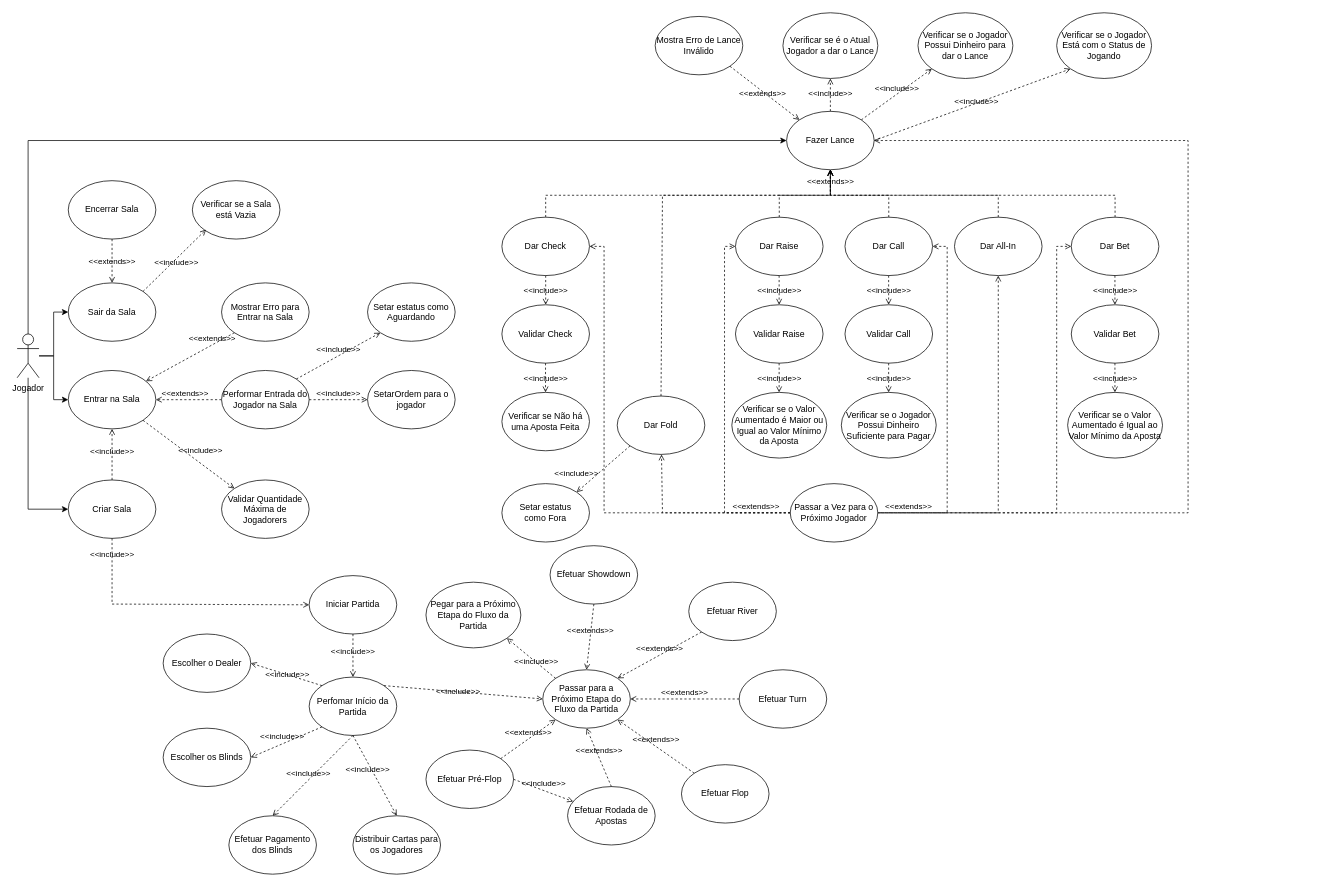
Before: docs/diagrams/Untitled Diagram.drawio in Danrley-Ruan-Saquetti/poker, a draw.io diagram. Source tidied: cells renumbered, new cells numbered last; positions are measured from the earlier drawing's top-left corner, leaving out a move shared by most shapes. Both pictures are drawn from the tidied source at 73%, with x=0, y=0 at pixel (17, 12).
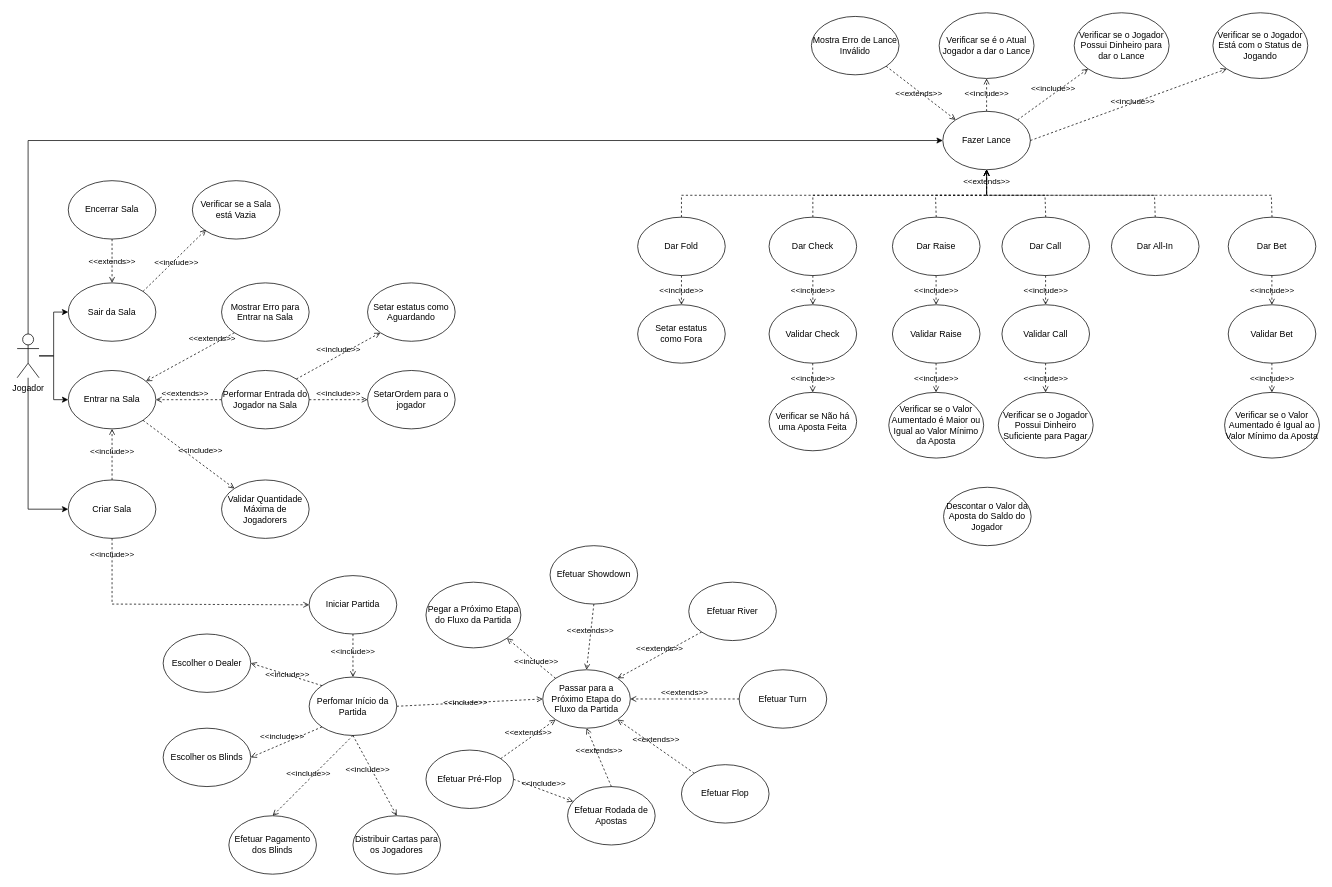
After the change.

The change refers to these unchanged cells:
```xml
<mxCell id="75" value="Perfomar Início da Partida" style="ellipse;whiteSpace=wrap;html=1;" parent="1" vertex="1">
  <mxGeometry x="400" y="910" width="120" height="80" as="geometry" />
</mxCell>
<mxCell id="90" value="Passar para a Próximo Etapa do Fluxo da Partida" style="ellipse;whiteSpace=wrap;html=1;" parent="1" vertex="1">
  <mxGeometry x="720" y="900" width="120" height="80" as="geometry" />
</mxCell>
```

The edit, as a diff of the source:
```diff
@@
-    <mxCell id="2" style="html=1;verticalAlign=bottom;labelBackgroundColor=none;endArrow=open;endFill=0;dashed=1;rounded=0;exitX=0;exitY=0.5;exitDx=0;exitDy=0;entryX=1;entryY=0.5;entryDx=0;entryDy=0;" parent="1" edge="1" source="34" target="20">
-      <mxGeometry relative="1" as="geometry">
-        <Array as="points">
-          <mxPoint x="804" y="685" />
-          <mxPoint x="804" y="320" />
-        </Array>
-      </mxGeometry>
-    </mxCell>
@@
     <mxCell id="11" value="Fazer Lance" style="ellipse;whiteSpace=wrap;html=1;" parent="1" vertex="1">
-      <mxGeometry x="1054" y="135" width="120" height="80" as="geometry" />
+      <mxGeometry x="1268" y="135" width="120" height="80" as="geometry" />
     </mxCell>
@@
     <mxCell id="16" value="Mostra Erro de Lance Inválido" style="ellipse;whiteSpace=wrap;html=1;" parent="1" vertex="1">
-      <mxGeometry x="874" y="5" width="120" height="80" as="geometry" />
+      <mxGeometry x="1088" y="5" width="120" height="80" as="geometry" />
     </mxCell>
     <mxCell id="17" value="Verificar se é o Atual Jogador a dar o Lance" style="ellipse;whiteSpace=wrap;html=1;" parent="1" vertex="1">
-      <mxGeometry x="1049" width="130" height="90" as="geometry" />
+      <mxGeometry x="1263" width="130" height="90" as="geometry" />
     </mxCell>
     <mxCell id="18" value="Verificar se o Jogador Possui Dinheiro para dar o Lance" style="ellipse;whiteSpace=wrap;html=1;" parent="1" vertex="1">
-      <mxGeometry x="1234" width="130" height="90" as="geometry" />
+      <mxGeometry x="1448" width="130" height="90" as="geometry" />
     </mxCell>
     <mxCell id="19" value="Verificar se o Jogador Está com o Status de Jogando" style="ellipse;whiteSpace=wrap;html=1;" parent="1" vertex="1">
-      <mxGeometry x="1424" width="130" height="90" as="geometry" />
+      <mxGeometry x="1638" width="130" height="90" as="geometry" />
     </mxCell>
     <mxCell id="20" value="Dar Check" style="ellipse;whiteSpace=wrap;html=1;" parent="1" vertex="1">
-      <mxGeometry x="664" y="280" width="120" height="80" as="geometry" />
+      <mxGeometry x="1030" y="280" width="120" height="80" as="geometry" />
     </mxCell>
     <mxCell id="21" value="Dar Fold" style="ellipse;whiteSpace=wrap;html=1;" parent="1" vertex="1">
-      <mxGeometry x="822" y="525" width="120" height="80" as="geometry" />
+      <mxGeometry x="850" y="280" width="120" height="80" as="geometry" />
     </mxCell>
     <mxCell id="22" value="Dar Raise" style="ellipse;whiteSpace=wrap;html=1;" parent="1" vertex="1">
-      <mxGeometry x="984" y="280" width="120" height="80" as="geometry" />
+      <mxGeometry x="1199" y="280" width="120" height="80" as="geometry" />
     </mxCell>
     <mxCell id="23" value="Dar Call" style="ellipse;whiteSpace=wrap;html=1;" parent="1" vertex="1">
-      <mxGeometry x="1134" y="280" width="120" height="80" as="geometry" />
+      <mxGeometry x="1349" y="280" width="120" height="80" as="geometry" />
     </mxCell>
     <mxCell id="24" value="Dar All-In" style="ellipse;whiteSpace=wrap;html=1;" parent="1" vertex="1">
-      <mxGeometry x="1284" y="280" width="120" height="80" as="geometry" />
+      <mxGeometry x="1499" y="280" width="120" height="80" as="geometry" />
     </mxCell>
     <mxCell id="25" value="Dar Bet" style="ellipse;whiteSpace=wrap;html=1;" parent="1" vertex="1">
-      <mxGeometry x="1444" y="280" width="120" height="80" as="geometry" />
+      <mxGeometry x="1659" y="280" width="120" height="80" as="geometry" />
     </mxCell>
     <mxCell id="26" value="Validar Check" style="ellipse;whiteSpace=wrap;html=1;" parent="1" vertex="1">
-      <mxGeometry x="664" y="400" width="120" height="80" as="geometry" />
+      <mxGeometry x="1030" y="400" width="120" height="80" as="geometry" />
     </mxCell>
     <mxCell id="27" value="Validar Raise" style="ellipse;whiteSpace=wrap;html=1;" parent="1" vertex="1">
-      <mxGeometry x="984" y="400" width="120" height="80" as="geometry" />
+      <mxGeometry x="1199" y="400" width="120" height="80" as="geometry" />
     </mxCell>
     <mxCell id="28" value="Verificar se Não há uma Aposta Feita" style="ellipse;whiteSpace=wrap;html=1;" parent="1" vertex="1">
-      <mxGeometry x="664" y="520" width="120" height="80" as="geometry" />
+      <mxGeometry x="1030" y="520" width="120" height="80" as="geometry" />
     </mxCell>
     <mxCell id="29" value="Verificar se o Valor Aumentado é Maior ou Igual ao Valor Mínimo da Aposta" style="ellipse;whiteSpace=wrap;html=1;" parent="1" vertex="1">
-      <mxGeometry x="979" y="520" width="130" height="90" as="geometry" />
+      <mxGeometry x="1194" y="520" width="130" height="90" as="geometry" />
     </mxCell>
     <mxCell id="30" value="Validar Call" style="ellipse;whiteSpace=wrap;html=1;" parent="1" vertex="1">
-      <mxGeometry x="1134" y="400" width="120" height="80" as="geometry" />
+      <mxGeometry x="1349" y="400" width="120" height="80" as="geometry" />
     </mxCell>
     <mxCell id="31" value="Verificar se o Jogador Possui Dinheiro Suficiente para Pagar" style="ellipse;whiteSpace=wrap;html=1;" parent="1" vertex="1">
-      <mxGeometry x="1129" y="520" width="130" height="90" as="geometry" />
+      <mxGeometry x="1344" y="520" width="130" height="90" as="geometry" />
     </mxCell>
     <mxCell id="32" value="Validar Bet" style="ellipse;whiteSpace=wrap;html=1;" parent="1" vertex="1">
-      <mxGeometry x="1444" y="400" width="120" height="80" as="geometry" />
+      <mxGeometry x="1659" y="400" width="120" height="80" as="geometry" />
     </mxCell>
     <mxCell id="33" value="Verificar se o Valor Aumentado é Igual ao Valor Mínimo da Aposta" style="ellipse;whiteSpace=wrap;html=1;" parent="1" vertex="1">
-      <mxGeometry x="1439" y="520" width="130" height="90" as="geometry" />
+      <mxGeometry x="1654" y="520" width="130" height="90" as="geometry" />
     </mxCell>
-    <mxCell id="34" value="Passar a Vez para o Próximo Jogador" style="ellipse;whiteSpace=wrap;html=1;" parent="1" vertex="1">
-      <mxGeometry x="1059" y="645" width="120" height="80" as="geometry" />
-    </mxCell>
@@
     <mxCell id="44" style="html=1;verticalAlign=bottom;labelBackgroundColor=none;endArrow=open;endFill=0;dashed=1;rounded=0;exitX=0.5;exitY=0;exitDx=0;exitDy=0;entryX=0.5;entryY=1;entryDx=0;entryDy=0;" parent="1" edge="1" source="20" target="11">
       <mxGeometry relative="1" as="geometry">
         <Array as="points">
-          <mxPoint x="724" y="250" />
-          <mxPoint x="1114" y="250" />
+          <mxPoint x="1090" y="250" />
+          <mxPoint x="1328" y="250" />
         </Array>
       </mxGeometry>
     </mxCell>
     <mxCell id="45" style="html=1;verticalAlign=bottom;labelBackgroundColor=none;endArrow=open;endFill=0;dashed=1;rounded=0;exitX=0.5;exitY=0;exitDx=0;exitDy=0;entryX=0.5;entryY=1;entryDx=0;entryDy=0;" parent="1" edge="1" source="21" target="11">
       <mxGeometry relative="1" as="geometry">
         <Array as="points">
-          <mxPoint x="884" y="250" />
-          <mxPoint x="1114" y="250" />
+          <mxPoint x="910" y="250" />
+          <mxPoint x="1328" y="250" />
         </Array>
       </mxGeometry>
     </mxCell>
     <mxCell id="46" style="html=1;verticalAlign=bottom;labelBackgroundColor=none;endArrow=open;endFill=0;dashed=1;rounded=0;exitX=0.5;exitY=0;exitDx=0;exitDy=0;entryX=0.5;entryY=1;entryDx=0;entryDy=0;" parent="1" edge="1" source="22" target="11">
       <mxGeometry relative="1" as="geometry">
         <Array as="points">
-          <mxPoint x="1044" y="250" />
-          <mxPoint x="1114" y="250" />
+          <mxPoint x="1258" y="250" />
+          <mxPoint x="1328" y="250" />
         </Array>
       </mxGeometry>
     </mxCell>
     <mxCell id="47" value="&amp;lt;&amp;lt;extends&amp;gt;&amp;gt;" style="html=1;verticalAlign=bottom;labelBackgroundColor=none;endArrow=open;endFill=0;dashed=1;rounded=0;exitX=0.5;exitY=0;exitDx=0;exitDy=0;entryX=0.5;entryY=1;entryDx=0;entryDy=0;" parent="1" edge="1" source="23" target="11">
       <mxGeometry x="0.66" relative="1" as="geometry">
         <Array as="points">
-          <mxPoint x="1194" y="250" />
-          <mxPoint x="1114" y="250" />
+          <mxPoint x="1408" y="250" />
+          <mxPoint x="1328" y="250" />
         </Array>
       </mxGeometry>
     </mxCell>
     <mxCell id="48" style="html=1;verticalAlign=bottom;labelBackgroundColor=none;endArrow=open;endFill=0;dashed=1;rounded=0;exitX=0.5;exitY=0;exitDx=0;exitDy=0;entryX=0.5;entryY=1;entryDx=0;entryDy=0;" parent="1" edge="1" source="24" target="11">
       <mxGeometry relative="1" as="geometry">
         <Array as="points">
-          <mxPoint x="1344" y="250" />
-          <mxPoint x="1114" y="250" />
+          <mxPoint x="1558" y="250" />
+          <mxPoint x="1328" y="250" />
         </Array>
       </mxGeometry>
     </mxCell>
     <mxCell id="49" style="html=1;verticalAlign=bottom;labelBackgroundColor=none;endArrow=open;endFill=0;dashed=1;rounded=0;entryX=0.5;entryY=1;entryDx=0;entryDy=0;exitX=0.5;exitY=0;exitDx=0;exitDy=0;" parent="1" edge="1" source="25" target="11">
       <mxGeometry relative="1" as="geometry">
         <Array as="points">
-          <mxPoint x="1504" y="250" />
-          <mxPoint x="1114" y="250" />
+          <mxPoint x="1718" y="250" />
+          <mxPoint x="1328" y="250" />
         </Array>
       </mxGeometry>
     </mxCell>
@@
     <mxCell id="51" value="&amp;lt;&amp;lt;include&amp;gt;&amp;gt;" style="html=1;verticalAlign=bottom;labelBackgroundColor=none;endArrow=open;endFill=0;dashed=1;rounded=0;exitX=0.5;exitY=1;exitDx=0;exitDy=0;" parent="1" edge="1">
       <mxGeometry x="0.5" relative="1" as="geometry">
-        <mxPoint x="1043.8" y="360" as="sourcePoint" />
-        <mxPoint x="1043.8" y="400" as="targetPoint" />
+        <mxPoint x="1258.8" y="360" as="sourcePoint" />
+        <mxPoint x="1258.8" y="400" as="targetPoint" />
       </mxGeometry>
     </mxCell>
     <mxCell id="52" value="&amp;lt;&amp;lt;include&amp;gt;&amp;gt;" style="html=1;verticalAlign=bottom;labelBackgroundColor=none;endArrow=open;endFill=0;dashed=1;rounded=0;exitX=0.5;exitY=1;exitDx=0;exitDy=0;" parent="1" edge="1">
       <mxGeometry x="0.5" relative="1" as="geometry">
-        <mxPoint x="1193.8" y="360" as="sourcePoint" />
-        <mxPoint x="1193.8" y="400" as="targetPoint" />
+        <mxPoint x="1408.8" y="360" as="sourcePoint" />
+        <mxPoint x="1408.8" y="400" as="targetPoint" />
       </mxGeometry>
     </mxCell>
     <mxCell id="53" value="&amp;lt;&amp;lt;include&amp;gt;&amp;gt;" style="html=1;verticalAlign=bottom;labelBackgroundColor=none;endArrow=open;endFill=0;dashed=1;rounded=0;exitX=0.5;exitY=1;exitDx=0;exitDy=0;" parent="1" edge="1">
       <mxGeometry x="0.5" relative="1" as="geometry">
-        <mxPoint x="1503.8" y="360" as="sourcePoint" />
-        <mxPoint x="1503.8" y="400" as="targetPoint" />
+        <mxPoint x="1718.8" y="360" as="sourcePoint" />
+        <mxPoint x="1718.8" y="400" as="targetPoint" />
       </mxGeometry>
     </mxCell>
     <mxCell id="54" value="&amp;lt;&amp;lt;include&amp;gt;&amp;gt;" style="html=1;verticalAlign=bottom;labelBackgroundColor=none;endArrow=open;endFill=0;dashed=1;rounded=0;exitX=0.5;exitY=1;exitDx=0;exitDy=0;" parent="1" edge="1">
       <mxGeometry x="0.5" relative="1" as="geometry">
-        <mxPoint x="723.8" y="480" as="sourcePoint" />
-        <mxPoint x="723.8" y="520" as="targetPoint" />
+        <mxPoint x="1089.8" y="480" as="sourcePoint" />
+        <mxPoint x="1089.8" y="520" as="targetPoint" />
       </mxGeometry>
     </mxCell>
     <mxCell id="55" value="&amp;lt;&amp;lt;include&amp;gt;&amp;gt;" style="html=1;verticalAlign=bottom;labelBackgroundColor=none;endArrow=open;endFill=0;dashed=1;rounded=0;exitX=0.5;exitY=1;exitDx=0;exitDy=0;" parent="1" edge="1">
       <mxGeometry x="0.5" relative="1" as="geometry">
-        <mxPoint x="1043.8" y="480" as="sourcePoint" />
-        <mxPoint x="1043.8" y="520" as="targetPoint" />
+        <mxPoint x="1258.8" y="480" as="sourcePoint" />
+        <mxPoint x="1258.8" y="520" as="targetPoint" />
       </mxGeometry>
     </mxCell>
     <mxCell id="56" value="&amp;lt;&amp;lt;include&amp;gt;&amp;gt;" style="html=1;verticalAlign=bottom;labelBackgroundColor=none;endArrow=open;endFill=0;dashed=1;rounded=0;exitX=0.5;exitY=1;exitDx=0;exitDy=0;" parent="1" edge="1">
       <mxGeometry x="0.5" relative="1" as="geometry">
-        <mxPoint x="1193.8" y="480" as="sourcePoint" />
-        <mxPoint x="1193.8" y="520" as="targetPoint" />
+        <mxPoint x="1408.8" y="480" as="sourcePoint" />
+        <mxPoint x="1408.8" y="520" as="targetPoint" />
       </mxGeometry>
     </mxCell>
     <mxCell id="57" value="&amp;lt;&amp;lt;include&amp;gt;&amp;gt;" style="html=1;verticalAlign=bottom;labelBackgroundColor=none;endArrow=open;endFill=0;dashed=1;rounded=0;exitX=0.5;exitY=1;exitDx=0;exitDy=0;" parent="1" edge="1">
       <mxGeometry x="0.5" relative="1" as="geometry">
-        <mxPoint x="1503.8" y="480" as="sourcePoint" />
-        <mxPoint x="1503.8" y="520" as="targetPoint" />
+        <mxPoint x="1718.8" y="480" as="sourcePoint" />
+        <mxPoint x="1718.8" y="520" as="targetPoint" />
       </mxGeometry>
     </mxCell>
-    <mxCell id="58" value="&amp;lt;&amp;lt;extends&amp;gt;&amp;gt;" style="html=1;verticalAlign=bottom;labelBackgroundColor=none;endArrow=open;endFill=0;dashed=1;rounded=0;exitX=0;exitY=0.5;exitDx=0;exitDy=0;" parent="1" edge="1" source="34" target="21">
-      <mxGeometry x="-0.63" relative="1" as="geometry">
-        <Array as="points">
-          <mxPoint x="884" y="685" />
-        </Array>
-      </mxGeometry>
-    </mxCell>
-    <mxCell id="59" value="&amp;lt;&amp;lt;extends&amp;gt;&amp;gt;" style="html=1;verticalAlign=bottom;labelBackgroundColor=none;endArrow=open;endFill=0;dashed=1;rounded=0;entryX=0.5;entryY=1;entryDx=0;entryDy=0;exitX=1;exitY=0.5;exitDx=0;exitDy=0;" parent="1" edge="1" source="34" target="24">
-      <mxGeometry x="-0.83" relative="1" as="geometry">
-        <Array as="points">
-          <mxPoint x="1344" y="685" />
-        </Array>
-      </mxGeometry>
-    </mxCell>
-    <mxCell id="60" style="html=1;verticalAlign=bottom;labelBackgroundColor=none;endArrow=open;endFill=0;dashed=1;rounded=0;exitX=1.027;exitY=0.499;exitDx=0;exitDy=0;entryX=0;entryY=0.5;entryDx=0;entryDy=0;exitPerimeter=0;" parent="1" edge="1" source="34" target="25">
-      <mxGeometry relative="1" as="geometry">
-        <Array as="points">
-          <mxPoint x="1424" y="685" />
-          <mxPoint x="1424" y="320" />
-        </Array>
-      </mxGeometry>
-    </mxCell>
-    <mxCell id="61" style="html=1;verticalAlign=bottom;labelBackgroundColor=none;endArrow=open;endFill=0;dashed=1;rounded=0;exitX=1;exitY=0.5;exitDx=0;exitDy=0;entryX=1;entryY=0.5;entryDx=0;entryDy=0;" parent="1" edge="1" source="34" target="23">
-      <mxGeometry relative="1" as="geometry">
-        <Array as="points">
-          <mxPoint x="1274" y="685" />
-          <mxPoint x="1274" y="320" />
-        </Array>
-      </mxGeometry>
-    </mxCell>
-    <mxCell id="62" style="html=1;verticalAlign=bottom;labelBackgroundColor=none;endArrow=open;endFill=0;dashed=1;rounded=0;exitX=0;exitY=0.5;exitDx=0;exitDy=0;entryX=0;entryY=0.5;entryDx=0;entryDy=0;" parent="1" edge="1" source="34" target="22">
-      <mxGeometry relative="1" as="geometry">
-        <Array as="points">
-          <mxPoint x="969" y="685" />
-          <mxPoint x="969" y="320" />
-        </Array>
-      </mxGeometry>
-    </mxCell>
-    <mxCell id="63" style="html=1;verticalAlign=bottom;labelBackgroundColor=none;endArrow=open;endFill=0;dashed=1;rounded=0;exitX=1.027;exitY=0.499;exitDx=0;exitDy=0;exitPerimeter=0;entryX=1;entryY=0.5;entryDx=0;entryDy=0;" parent="1" edge="1" target="11">
-      <mxGeometry relative="1" as="geometry">
-        <mxPoint x="1182" y="685" as="sourcePoint" />
-        <Array as="points">
-          <mxPoint x="1424" y="685" />
-          <mxPoint x="1604" y="685" />
-          <mxPoint x="1604" y="175" />
-        </Array>
-      </mxGeometry>
-    </mxCell>
@@
     <mxCell id="70" value="Setar estatus como&amp;nbsp;Fora" style="ellipse;whiteSpace=wrap;html=1;" parent="1" vertex="1">
-      <mxGeometry x="664" y="645" width="120" height="80" as="geometry" />
+      <mxGeometry x="850" y="400" width="120" height="80" as="geometry" />
     </mxCell>
-    <mxCell id="71" value="&amp;lt;&amp;lt;include&amp;gt;&amp;gt;" style="html=1;verticalAlign=bottom;labelBackgroundColor=none;endArrow=open;endFill=0;dashed=1;rounded=0;exitX=0;exitY=1;exitDx=0;exitDy=0;entryX=1;entryY=0;entryDx=0;entryDy=0;" parent="1" edge="1" source="21" target="70">
-      <mxGeometry x="0.77" y="-13" relative="1" as="geometry" />
+    <mxCell id="71" value="&amp;lt;&amp;lt;include&amp;gt;&amp;gt;" style="html=1;verticalAlign=bottom;labelBackgroundColor=none;endArrow=open;endFill=0;dashed=1;rounded=0;exitX=0.5;exitY=1;exitDx=0;exitDy=0;entryX=0.5;entryY=0;entryDx=0;entryDy=0;" parent="1" edge="1" source="21" target="70">
+      <mxGeometry x="0.5" relative="1" as="geometry" />
     </mxCell>
@@
-    <mxCell id="91" value="Pegar para a Próximo Etapa do Fluxo da Partida" style="ellipse;whiteSpace=wrap;html=1;" parent="1" vertex="1">
+    <mxCell id="91" value="Pegar a Próximo Etapa do Fluxo da Partida" style="ellipse;whiteSpace=wrap;html=1;" parent="1" vertex="1">
       <mxGeometry x="560" y="780" width="130" height="90" as="geometry" />
     </mxCell>
-    <mxCell id="92" value="&amp;lt;&amp;lt;include&amp;gt;&amp;gt;" style="html=1;verticalAlign=bottom;labelBackgroundColor=none;endArrow=open;endFill=0;dashed=1;rounded=0;exitX=1;exitY=0;exitDx=0;exitDy=0;entryX=0;entryY=0.5;entryDx=0;entryDy=0;" parent="1" edge="1" source="75" target="90">
+    <mxCell id="92" value="&amp;lt;&amp;lt;include&amp;gt;&amp;gt;" style="html=1;verticalAlign=bottom;labelBackgroundColor=none;endArrow=open;endFill=0;dashed=1;rounded=0;exitX=1;exitY=0.5;exitDx=0;exitDy=0;entryX=0;entryY=0.5;entryDx=0;entryDy=0;" parent="1" edge="1" source="75" target="90">
       <mxGeometry x="-0.06" y="-9" relative="1" as="geometry" />
     </mxCell>
@@
+    <mxCell id="101" value="Descontar o Valor da Aposta do Saldo do Jogador" style="ellipse;whiteSpace=wrap;html=1;" parent="1" vertex="1">
+      <mxGeometry x="1269" y="650" width="120" height="80" as="geometry" />
+    </mxCell>
```
